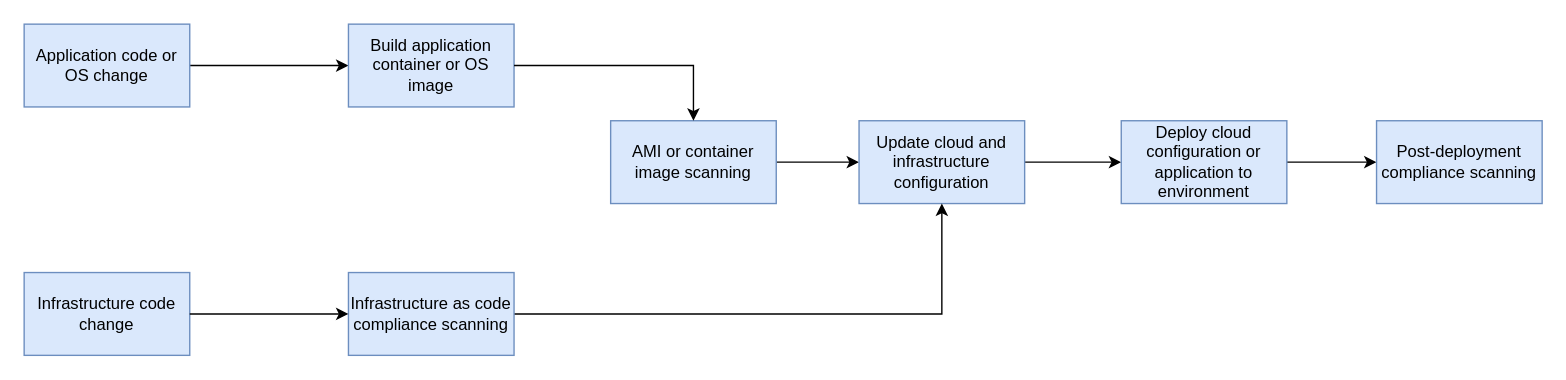
Before: starter/DevSecOpsPipline.drawio in tadaok/nd063-c3-design-for-security-project-starter, a draw.io diagram. Source tidied: cells renumbered, new cells numbered last; positions are measured from the earlier drawing's top-left corner, leaving out a move shared by most shapes. Both pictures are drawn from the tidied source at 138%, with x=0, y=0 at pixel (23, 23).
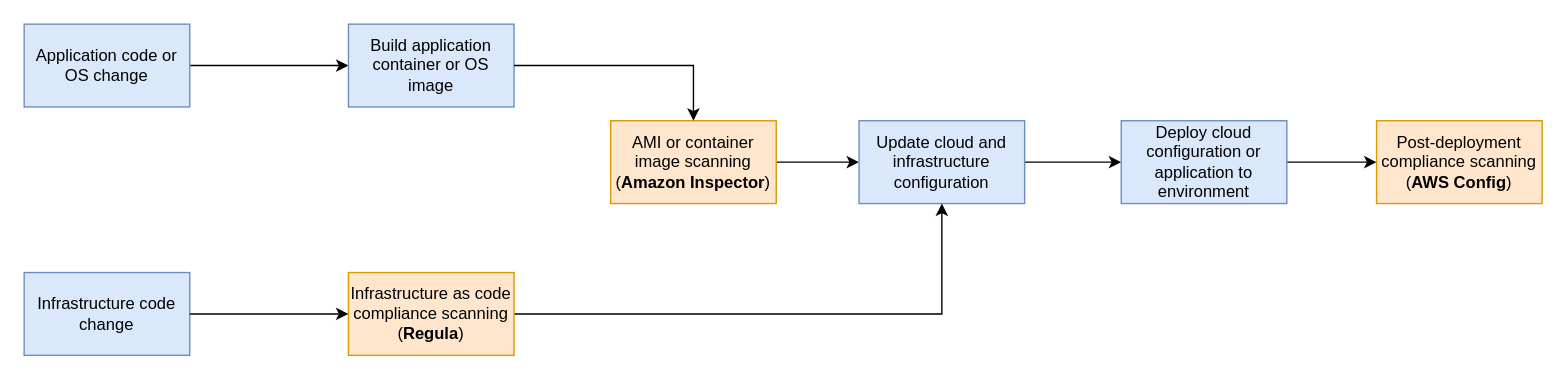
After the change.

Commit message (it also covers changes not shown here):
Adds tools names on DevSecOps diagram

The edit, as a diff of the source:
```diff
@@
 <mxGraphModel>
   <root>
     <mxCell id="0" />
     <mxCell id="1" parent="0" />
     <mxCell id="2" style="edgeStyle=orthogonalEdgeStyle;rounded=0;jettySize=auto;html=1;" parent="1" edge="1" source="3" target="5">
       <mxGeometry relative="1" as="geometry" />
     </mxCell>
     <mxCell id="3" value="Application code or&lt;br&gt;OS change" style="rounded=0;whiteSpace=wrap;html=1;fillColor=#dae8fc;strokeColor=#6c8ebf;" parent="1" vertex="1">
       <mxGeometry width="120" height="60" as="geometry" />
     </mxCell>
     <mxCell id="4" style="edgeStyle=orthogonalEdgeStyle;rounded=0;jettySize=auto;html=1;startArrow=none;" parent="1" edge="1" source="15" target="7">
       <mxGeometry relative="1" as="geometry" />
     </mxCell>
     <mxCell id="5" value="Build application&lt;br&gt;container or OS&lt;br&gt;image" style="rounded=0;whiteSpace=wrap;html=1;fillColor=#dae8fc;strokeColor=#6c8ebf;" parent="1" vertex="1">
       <mxGeometry x="235" width="120" height="60" as="geometry" />
     </mxCell>
     <mxCell id="6" style="edgeStyle=orthogonalEdgeStyle;rounded=0;jettySize=auto;html=1;" parent="1" edge="1" source="7" target="9">
       <mxGeometry relative="1" as="geometry" />
     </mxCell>
     <mxCell id="7" value="Update cloud and infrastructure&lt;br&gt;configuration" style="rounded=0;whiteSpace=wrap;html=1;fillColor=#dae8fc;strokeColor=#6c8ebf;" parent="1" vertex="1">
       <mxGeometry x="605" y="70" width="120" height="60" as="geometry" />
     </mxCell>
     <mxCell id="8" style="edgeStyle=orthogonalEdgeStyle;rounded=0;jettySize=auto;html=1;" parent="1" edge="1" source="9" target="12">
       <mxGeometry relative="1" as="geometry" />
     </mxCell>
     <mxCell id="9" value="Deploy cloud&lt;br&gt;configuration or&lt;br&gt;application to environment" style="rounded=0;whiteSpace=wrap;html=1;fillColor=#dae8fc;strokeColor=#6c8ebf;" parent="1" vertex="1">
       <mxGeometry x="795" y="70" width="120" height="60" as="geometry" />
     </mxCell>
     <mxCell id="10" style="edgeStyle=orthogonalEdgeStyle;rounded=0;jettySize=auto;html=1;startArrow=none;" parent="1" edge="1" source="13" target="7">
       <mxGeometry relative="1" as="geometry" />
     </mxCell>
     <mxCell id="11" value="Infrastructure code&lt;br&gt;change" style="rounded=0;whiteSpace=wrap;html=1;fillColor=#dae8fc;strokeColor=#6c8ebf;" parent="1" vertex="1">
       <mxGeometry y="180" width="120" height="60" as="geometry" />
     </mxCell>
-    <mxCell id="12" value="Post-deployment compliance scanning" style="rounded=0;whiteSpace=wrap;html=1;fillColor=#dae8fc;strokeColor=#6c8ebf;" parent="1" vertex="1">
+    <mxCell id="12" value="Post-deployment compliance scanning&lt;br&gt;(&lt;b&gt;AWS Config&lt;/b&gt;)" style="rounded=0;whiteSpace=wrap;html=1;fillColor=#ffe6cc;strokeColor=#d79b00;" parent="1" vertex="1">
       <mxGeometry x="980" y="70" width="120" height="60" as="geometry" />
     </mxCell>
-    <mxCell id="13" value="Infrastructure as code&lt;br&gt;compliance scanning" style="rounded=0;whiteSpace=wrap;html=1;fillColor=#dae8fc;strokeColor=#6c8ebf;" parent="1" vertex="1">
+    <mxCell id="13" value="Infrastructure as code&lt;br&gt;compliance scanning&lt;br&gt;(&lt;b&gt;Regula&lt;/b&gt;)" style="rounded=0;whiteSpace=wrap;html=1;fillColor=#ffe6cc;strokeColor=#d79b00;" parent="1" vertex="1">
       <mxGeometry x="235" y="180" width="120" height="60" as="geometry" />
     </mxCell>
     <mxCell id="14" style="edgeStyle=orthogonalEdgeStyle;rounded=0;jettySize=auto;html=1;endArrow=classic;endFill=1;" parent="1" edge="1" source="11" target="13">
       <mxGeometry relative="1" as="geometry" />
     </mxCell>
-    <mxCell id="15" value="AMI or container image scanning" style="rounded=0;whiteSpace=wrap;html=1;fillColor=#dae8fc;strokeColor=#6c8ebf;" parent="1" vertex="1">
+    <mxCell id="15" value="AMI or container image scanning&lt;br&gt;(&lt;b&gt;Amazon Inspector&lt;/b&gt;)" style="rounded=0;whiteSpace=wrap;html=1;fillColor=#ffe6cc;strokeColor=#d79b00;" parent="1" vertex="1">
       <mxGeometry x="425" y="70" width="120" height="60" as="geometry" />
     </mxCell>
     <mxCell id="16" style="edgeStyle=orthogonalEdgeStyle;rounded=0;jettySize=auto;html=1;endArrow=classic;endFill=1;" parent="1" edge="1" source="5" target="15">
       <mxGeometry relative="1" as="geometry" />
     </mxCell>
   </root>
 </mxGraphModel>
```
